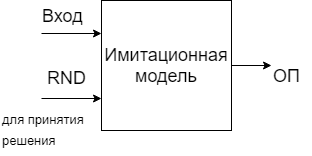
The draw.io diagram fig/imcore+RND.png in PaulKorepanow/diplom, before a commit. Source tidied: cells renumbered, new cells last; positions are measured from the earlier drawing's top-left corner, leaving out a move shared by most shapes. The source it was exported from:
```xml
<mxGraphModel>
  <root>
    <mxCell id="0" />
    <mxCell id="1" parent="0" />
    <mxCell id="2" style="edgeStyle=orthogonalEdgeStyle;rounded=0;jettySize=auto;html=1;exitX=0;exitY=0.25;exitDx=0;exitDy=0;startArrow=classic;startFill=1;endArrow=none;endFill=0;fontSize=18;" parent="1" edge="1" source="5">
      <mxGeometry relative="1" as="geometry">
        <mxPoint x="41" y="33" as="targetPoint" />
      </mxGeometry>
    </mxCell>
    <mxCell id="3" style="edgeStyle=orthogonalEdgeStyle;rounded=0;jettySize=auto;html=1;exitX=0;exitY=0.75;exitDx=0;exitDy=0;startArrow=classic;startFill=1;endArrow=none;endFill=0;fontSize=18;" parent="1" edge="1" source="5">
      <mxGeometry relative="1" as="geometry">
        <mxPoint x="41" y="98" as="targetPoint" />
      </mxGeometry>
    </mxCell>
    <mxCell id="4" style="edgeStyle=orthogonalEdgeStyle;rounded=0;jettySize=auto;html=1;exitX=1;exitY=0.5;exitDx=0;exitDy=0;startArrow=none;startFill=0;endArrow=classic;endFill=1;fontSize=18;" parent="1" edge="1" source="5">
      <mxGeometry relative="1" as="geometry">
        <mxPoint x="271" y="65" as="targetPoint" />
      </mxGeometry>
    </mxCell>
    <mxCell id="5" value="Имитационная модель" style="whiteSpace=wrap;html=1;fontSize=18;" parent="1" vertex="1">
      <mxGeometry x="101" width="130" height="130" as="geometry" />
    </mxCell>
    <mxCell id="6" value="ОП" style="text;html=1;align=left;verticalAlign=top;spacingTop=-4;fontSize=18;" parent="1" vertex="1">
      <mxGeometry x="271" y="63" width="40" height="20" as="geometry" />
    </mxCell>
    <mxCell id="7" value="Вход" style="text;html=1;align=left;verticalAlign=top;spacingTop=-4;fontSize=18;" parent="1" vertex="1">
      <mxGeometry x="40" y="3" width="60" height="20" as="geometry" />
    </mxCell>
    <mxCell id="8" value="RND" style="text;html=1;align=left;verticalAlign=top;spacingTop=-4;fontSize=18;" parent="1" vertex="1">
      <mxGeometry x="45" y="65" width="50" height="20" as="geometry" />
    </mxCell>
    <mxCell id="9" value="&lt;font style=&quot;font-size: 13px&quot;&gt;для принятия &lt;br&gt;решения&lt;/font&gt;" style="text;html=1;align=left;verticalAlign=top;spacingTop=-4;fontSize=18;" parent="1" vertex="1">
      <mxGeometry y="105" width="100" height="50" as="geometry" />
    </mxCell>
  </root>
</mxGraphModel>
```
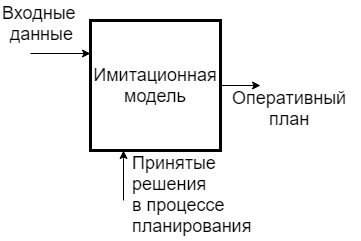
Above is the later version.

Commit message:
Добавлены эксперементальные данные, много правок. Удалена глава посвященная обзору ;-(

Diff of the diagram source:
```diff
@@ -7,30 +7,27 @@
         <mxPoint x="41" y="33" as="targetPoint" />
       </mxGeometry>
     </mxCell>
-    <mxCell id="3" style="edgeStyle=orthogonalEdgeStyle;rounded=0;jettySize=auto;html=1;exitX=0;exitY=0.75;exitDx=0;exitDy=0;startArrow=classic;startFill=1;endArrow=none;endFill=0;fontSize=18;" parent="1" edge="1" source="5">
-      <mxGeometry relative="1" as="geometry">
-        <mxPoint x="41" y="98" as="targetPoint" />
-      </mxGeometry>
-    </mxCell>
     <mxCell id="4" style="edgeStyle=orthogonalEdgeStyle;rounded=0;jettySize=auto;html=1;exitX=1;exitY=0.5;exitDx=0;exitDy=0;startArrow=none;startFill=0;endArrow=classic;endFill=1;fontSize=18;" parent="1" edge="1" source="5">
       <mxGeometry relative="1" as="geometry">
         <mxPoint x="271" y="65" as="targetPoint" />
       </mxGeometry>
     </mxCell>
+    <mxCell id="10" style="edgeStyle=orthogonalEdgeStyle;rounded=0;jettySize=auto;html=1;exitX=0.25;exitY=1;exitDx=0;exitDy=0;startArrow=classic;startFill=1;endArrow=none;endFill=0;" parent="1" edge="1" source="5">
+      <mxGeometry relative="1" as="geometry">
+        <mxPoint x="134" y="180" as="targetPoint" />
+      </mxGeometry>
+    </mxCell>
-    <mxCell id="5" value="Имитационная модель" style="whiteSpace=wrap;html=1;fontSize=18;" parent="1" vertex="1">
+    <mxCell id="5" value="Имитационная модель" style="whiteSpace=wrap;html=1;fontSize=18;strokeWidth=3;" parent="1" vertex="1">
       <mxGeometry x="101" width="130" height="130" as="geometry" />
     </mxCell>
-    <mxCell id="6" value="ОП" style="text;html=1;align=left;verticalAlign=top;spacingTop=-4;fontSize=18;" parent="1" vertex="1">
-      <mxGeometry x="271" y="63" width="40" height="20" as="geometry" />
+    <mxCell id="6" value="&lt;div style=&quot;text-align: center&quot;&gt;&lt;span&gt;Оперативный&lt;/span&gt;&lt;/div&gt;&lt;div style=&quot;text-align: center&quot;&gt;&lt;span&gt;план&lt;/span&gt;&lt;/div&gt;" style="text;html=1;align=left;verticalAlign=top;spacingTop=-4;fontSize=18;" parent="1" vertex="1">
+      <mxGeometry x="241" y="65" width="130" height="50" as="geometry" />
     </mxCell>
-    <mxCell id="7" value="Вход" style="text;html=1;align=left;verticalAlign=top;spacingTop=-4;fontSize=18;" parent="1" vertex="1">
-      <mxGeometry x="40" y="3" width="60" height="20" as="geometry" />
+    <mxCell id="7" value="&lt;div style=&quot;text-align: center&quot;&gt;&lt;span&gt;Входные&amp;nbsp;&lt;/span&gt;&lt;/div&gt;&lt;div style=&quot;text-align: center&quot;&gt;&lt;span&gt;данные&lt;/span&gt;&lt;/div&gt;" style="text;html=1;align=left;verticalAlign=top;spacingTop=-4;fontSize=18;" parent="1" vertex="1">
+      <mxGeometry x="11" y="-20" width="90" height="50" as="geometry" />
     </mxCell>
-    <mxCell id="8" value="RND" style="text;html=1;align=left;verticalAlign=top;spacingTop=-4;fontSize=18;" parent="1" vertex="1">
-      <mxGeometry x="45" y="65" width="50" height="20" as="geometry" />
-    </mxCell>
-    <mxCell id="9" value="&lt;font style=&quot;font-size: 13px&quot;&gt;для принятия &lt;br&gt;решения&lt;/font&gt;" style="text;html=1;align=left;verticalAlign=top;spacingTop=-4;fontSize=18;" parent="1" vertex="1">
-      <mxGeometry y="105" width="100" height="50" as="geometry" />
+    <mxCell id="9" value="&lt;font style=&quot;font-size: 18px&quot;&gt;Принятые&amp;nbsp;&lt;br&gt;решения&amp;nbsp;&lt;br&gt;в процессе&amp;nbsp;&lt;br&gt;планирования&lt;/font&gt;&lt;br&gt;" style="text;html=1;align=left;verticalAlign=top;spacingTop=-4;fontSize=18;" parent="1" vertex="1">
+      <mxGeometry x="141" y="130" width="130" height="90" as="geometry" />
     </mxCell>
   </root>
 </mxGraphModel>
```
